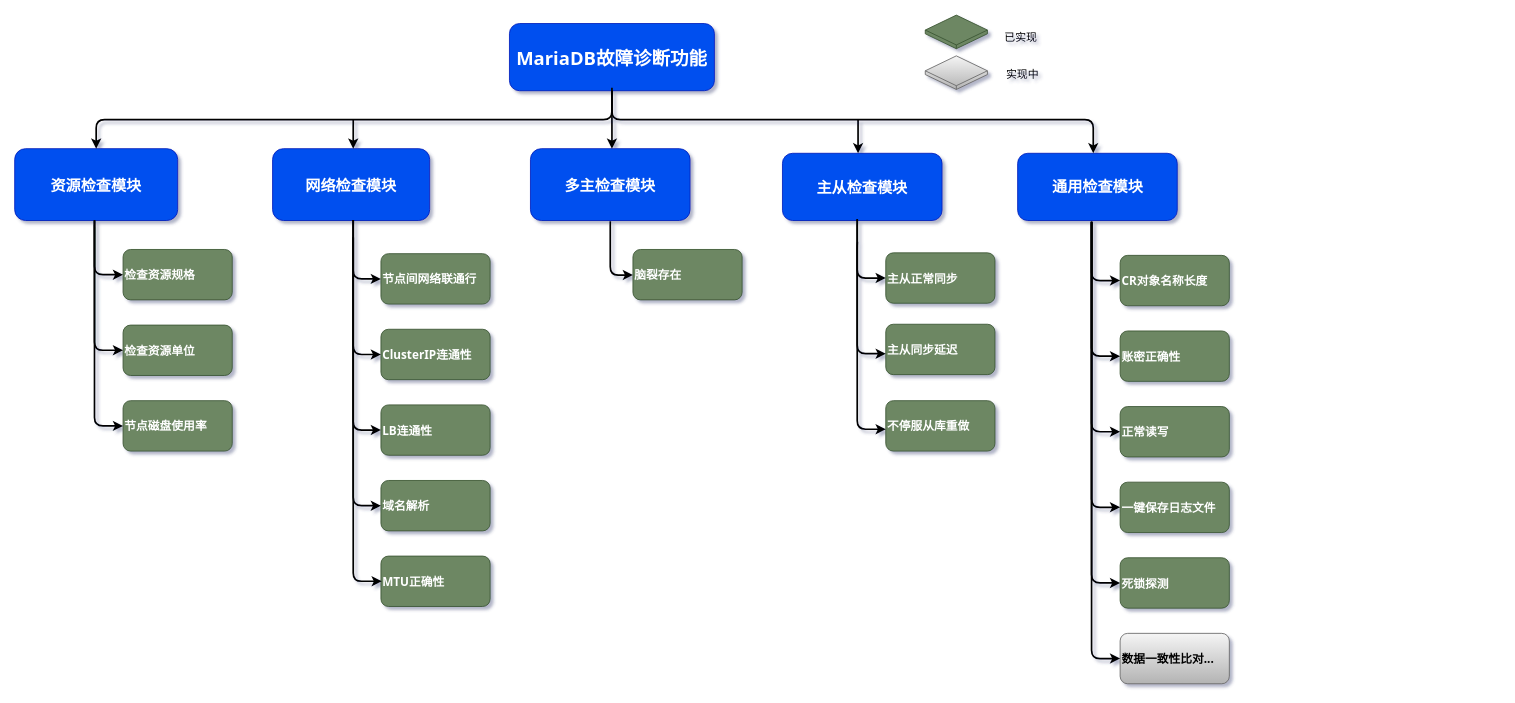
The draw.io diagram mariadb_check.drawio in weichenjushi/images, before the edit. Source tidied: cells renumbered, new cells numbered last; positions are measured from the earlier drawing's top-left corner, leaving out a move shared by most shapes. Both pictures are drawn from the tidied source at 84%, with x=0, y=0 at pixel (14, 15).
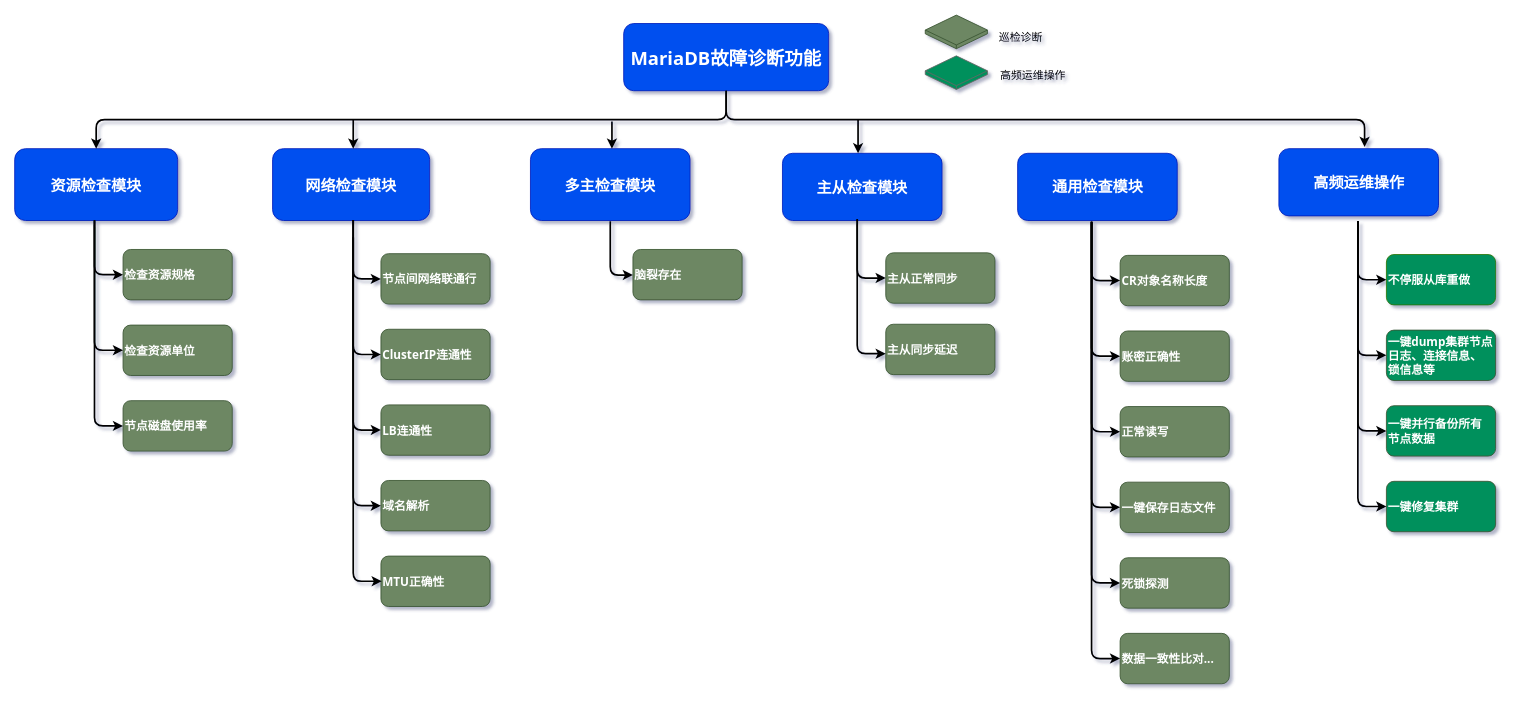
After the change.

Unchanged cells that the change refers to:
```xml
<mxCell id="3" value="通用检查模块" style="rounded=1;fillColor=#0050ef;strokeColor=#001DBC;fontColor=#ffffff;fontStyle=1;fontFamily=Tahoma;fontSize=18;labelBorderColor=none;labelBackgroundColor=none;spacing=0;html=1;" parent="1" vertex="1">
  <mxGeometry x="1194" y="164" width="190" height="80" as="geometry" />
</mxCell>
```

The edit, as a diff of the source:
```diff
@@
     <mxCell id="2" value="MariaDB故障诊断功能" style="rounded=1;fillColor=#0050ef;strokeColor=#001DBC;fontColor=#ffffff;fontStyle=1;fontFamily=Tahoma;fontSize=22;" parent="1" vertex="1">
-      <mxGeometry x="589" y="9.5" width="244" height="80" as="geometry" />
+      <mxGeometry x="725" y="9.5" width="244" height="80" as="geometry" />
     </mxCell>
@@
-    <mxCell id="4" style="edgeStyle=elbowEdgeStyle;elbow=vertical;strokeWidth=2;rounded=1;" parent="1" edge="1" source="2" target="3">
+    <mxCell id="4" style="edgeStyle=elbowEdgeStyle;elbow=vertical;strokeWidth=2;rounded=1;entryX=0.537;entryY=-0.025;entryDx=0;entryDy=0;entryPerimeter=0;" parent="1" edge="1" source="2" target="53">
       <mxGeometry x="166" y="92.5" as="geometry">
         <Array as="points">
           <mxPoint x="1284" y="124" />
           <mxPoint x="824" y="124" />
           <mxPoint x="1254" y="123" />
           <mxPoint x="1294" y="133" />
         </Array>
       </mxGeometry>
     </mxCell>
@@
-    <mxCell id="31" value="不停服从库重做" style="rounded=1;fillColor=#6d8764;strokeColor=#3A5431;fontStyle=1;fontFamily=Tahoma;fontSize=14;align=left;fontColor=#ffffff;" parent="1" vertex="1">
-      <mxGeometry x="1037" y="458.5" width="130" height="60" as="geometry" />
-    </mxCell>
@@
-    <mxCell id="34" style="edgeStyle=elbowEdgeStyle;elbow=horizontal;strokeWidth=2;rounded=1;entryX=0;entryY=0.5;entryDx=0;entryDy=0;" parent="1" edge="1">
-      <mxGeometry x="843" y="16.5" as="geometry">
-        <mxPoint x="1004" y="269" as="sourcePoint" />
-        <mxPoint x="1037" y="492.5" as="targetPoint" />
-        <Array as="points">
-          <mxPoint x="1003" y="492.5" />
-        </Array>
-      </mxGeometry>
-    </mxCell>
@@
-    <mxCell id="40" value="数据一致性比对..." style="rounded=1;fillColor=#f5f5f5;gradientColor=#b3b3b3;strokeColor=#666666;fontStyle=1;fontFamily=Tahoma;fontSize=14;align=left;" parent="1" vertex="1">
+    <mxCell id="40" value="数据一致性比对..." style="rounded=1;fillColor=#6d8764;strokeColor=#3A5431;fontStyle=1;fontFamily=Tahoma;fontSize=14;align=left;fontColor=#ffffff;" parent="1" vertex="1">
       <mxGeometry x="1316" y="735.5" width="130" height="60" as="geometry" />
     </mxCell>
@@
     <mxCell id="47" style="edgeStyle=elbowEdgeStyle;elbow=vertical;strokeWidth=2;rounded=1;" parent="1" edge="1">
       <mxGeometry x="485" y="102.5" as="geometry">
-        <mxPoint x="711" y="86" as="sourcePoint" />
+        <mxPoint x="711" y="126" as="sourcePoint" />
         <mxPoint x="711" y="158.5" as="targetPoint" />
       </mxGeometry>
     </mxCell>
@@
-    <mxCell id="49" style="html=1;whiteSpace=wrap;shape=isoCube2;backgroundOutline=1;isoAngle=15;fontSize=18;fillColor=#f5f5f5;gradientColor=#b3b3b3;strokeColor=#666666;rounded=1;" parent="1" vertex="1">
+    <mxCell id="49" style="html=1;whiteSpace=wrap;shape=isoCube2;backgroundOutline=1;isoAngle=15;fontSize=18;fillColor=#03905c;gradientColor=none;strokeColor=#666666;rounded=1;" parent="1" vertex="1">
       <mxGeometry x="1084" y="48" width="74" height="40" as="geometry" />
     </mxCell>
-    <mxCell id="50" value="&lt;font style=&quot;font-size: 13px&quot;&gt;已实现&lt;/font&gt;" style="text;html=1;strokeColor=none;fillColor=none;align=center;verticalAlign=middle;whiteSpace=wrap;rounded=1;fontSize=18;" parent="1" vertex="1">
+    <mxCell id="50" value="&lt;font style=&quot;font-size: 13px&quot;&gt;巡检诊断&lt;/font&gt;" style="text;html=1;strokeColor=none;fillColor=none;align=center;verticalAlign=middle;whiteSpace=wrap;rounded=1;fontSize=18;" parent="1" vertex="1">
       <mxGeometry x="1168" y="9.5" width="60" height="30" as="geometry" />
     </mxCell>
-    <mxCell id="51" value="&lt;font style=&quot;font-size: 13px&quot;&gt;实现中&lt;/font&gt;" style="text;html=1;strokeColor=none;fillColor=none;align=center;verticalAlign=middle;whiteSpace=wrap;rounded=1;fontSize=18;" parent="1" vertex="1">
-      <mxGeometry x="1170" y="54" width="60" height="30" as="geometry" />
+    <mxCell id="51" value="&lt;span style=&quot;font-size: 13px;&quot;&gt;高频运维操作&lt;/span&gt;" style="text;html=1;strokeColor=none;fillColor=none;align=center;verticalAlign=middle;whiteSpace=wrap;rounded=1;fontSize=18;" parent="1" vertex="1">
+      <mxGeometry x="1170" y="54" width="85" height="32" as="geometry" />
     </mxCell>
@@
+    <mxCell id="53" value="高频运维操作" style="rounded=1;fillColor=#0050ef;strokeColor=#001DBC;fontStyle=1;fontFamily=Tahoma;fontSize=18;labelBorderColor=none;labelBackgroundColor=none;spacing=0;html=1;fontColor=#ffffff;" parent="1" vertex="1">
+      <mxGeometry x="1505" y="158.5" width="190" height="80" as="geometry" />
+    </mxCell>
+    <mxCell id="31" value="不停服从库重做" style="rounded=1;fontStyle=1;fontFamily=Tahoma;fontSize=14;align=left;fillColor=#03905c;fontColor=#ffffff;strokeColor=#2D7600;" parent="1" vertex="1">
+      <mxGeometry x="1633" y="284.5" width="130" height="60" as="geometry" />
+    </mxCell>
+    <mxCell id="54" value="一键dump集群节点&#10;日志、连接信息、&#10;锁信息等" style="rounded=1;fillColor=#03905c;strokeColor=#3A5431;fontStyle=1;fontFamily=Tahoma;fontSize=14;align=left;fontColor=#ffffff;" parent="1" vertex="1">
+      <mxGeometry x="1633" y="374.5" width="130" height="60" as="geometry" />
+    </mxCell>
+    <mxCell id="55" value="一键并行备份所有&#10;节点数据" style="rounded=1;fillColor=#03905c;strokeColor=#3A5431;fontStyle=1;fontFamily=Tahoma;fontSize=14;align=left;fontColor=#ffffff;" parent="1" vertex="1">
+      <mxGeometry x="1633" y="464.5" width="130" height="60" as="geometry" />
+    </mxCell>
+    <mxCell id="56" value="一键修复集群" style="rounded=1;fillColor=#03905c;strokeColor=#3A5431;fontStyle=1;fontFamily=Tahoma;fontSize=14;align=left;fontColor=#ffffff;" parent="1" vertex="1">
+      <mxGeometry x="1633" y="554.5" width="130" height="60" as="geometry" />
+    </mxCell>
+    <mxCell id="57" style="edgeStyle=elbowEdgeStyle;elbow=horizontal;strokeWidth=2;rounded=1;" parent="1" edge="1" target="31">
+      <mxGeometry x="1439" y="18.5" as="geometry">
+        <mxPoint x="1599" y="244.5" as="sourcePoint" />
+        <Array as="points">
+          <mxPoint x="1599" y="264.5" />
+        </Array>
+      </mxGeometry>
+    </mxCell>
+    <mxCell id="58" style="edgeStyle=elbowEdgeStyle;elbow=horizontal;strokeWidth=2;rounded=1;" parent="1" edge="1" target="54">
+      <mxGeometry x="1439" y="18.5" as="geometry">
+        <mxPoint x="1599" y="244.5" as="sourcePoint" />
+        <Array as="points">
+          <mxPoint x="1599" y="304.5" />
+        </Array>
+      </mxGeometry>
+    </mxCell>
+    <mxCell id="59" style="edgeStyle=elbowEdgeStyle;elbow=horizontal;strokeWidth=2;rounded=1;" parent="1" edge="1" target="55">
+      <mxGeometry x="1439" y="18.5" as="geometry">
+        <mxPoint x="1599" y="244.5" as="sourcePoint" />
+        <Array as="points">
+          <mxPoint x="1599" y="354.5" />
+        </Array>
+      </mxGeometry>
+    </mxCell>
+    <mxCell id="60" style="edgeStyle=elbowEdgeStyle;elbow=horizontal;strokeWidth=2;rounded=1;entryX=0;entryY=0.5;entryDx=0;entryDy=0;" parent="1" edge="1" target="56">
+      <mxGeometry x="1439" y="18.5" as="geometry">
+        <mxPoint x="1599" y="244.5" as="sourcePoint" />
+        <Array as="points">
+          <mxPoint x="1599" y="494.5" />
+        </Array>
+      </mxGeometry>
+    </mxCell>
```
